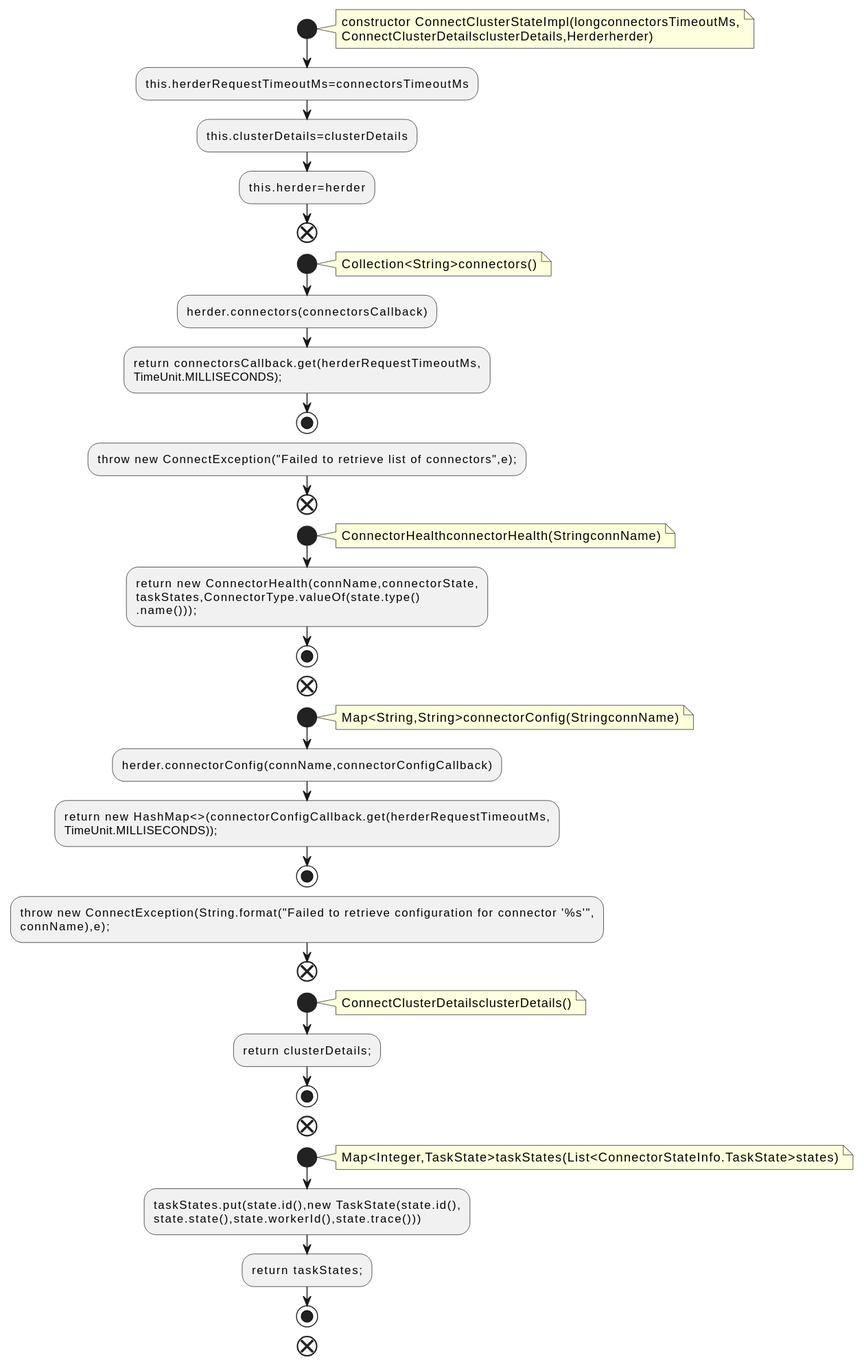
Earlier version of the PlantUML export docs/qc/connect/runtime/src/main/java/org/apache/kafka/connect/runtime/health/ConnectClusterStateImpl.java.fct.svg (qualitesys/kafka).
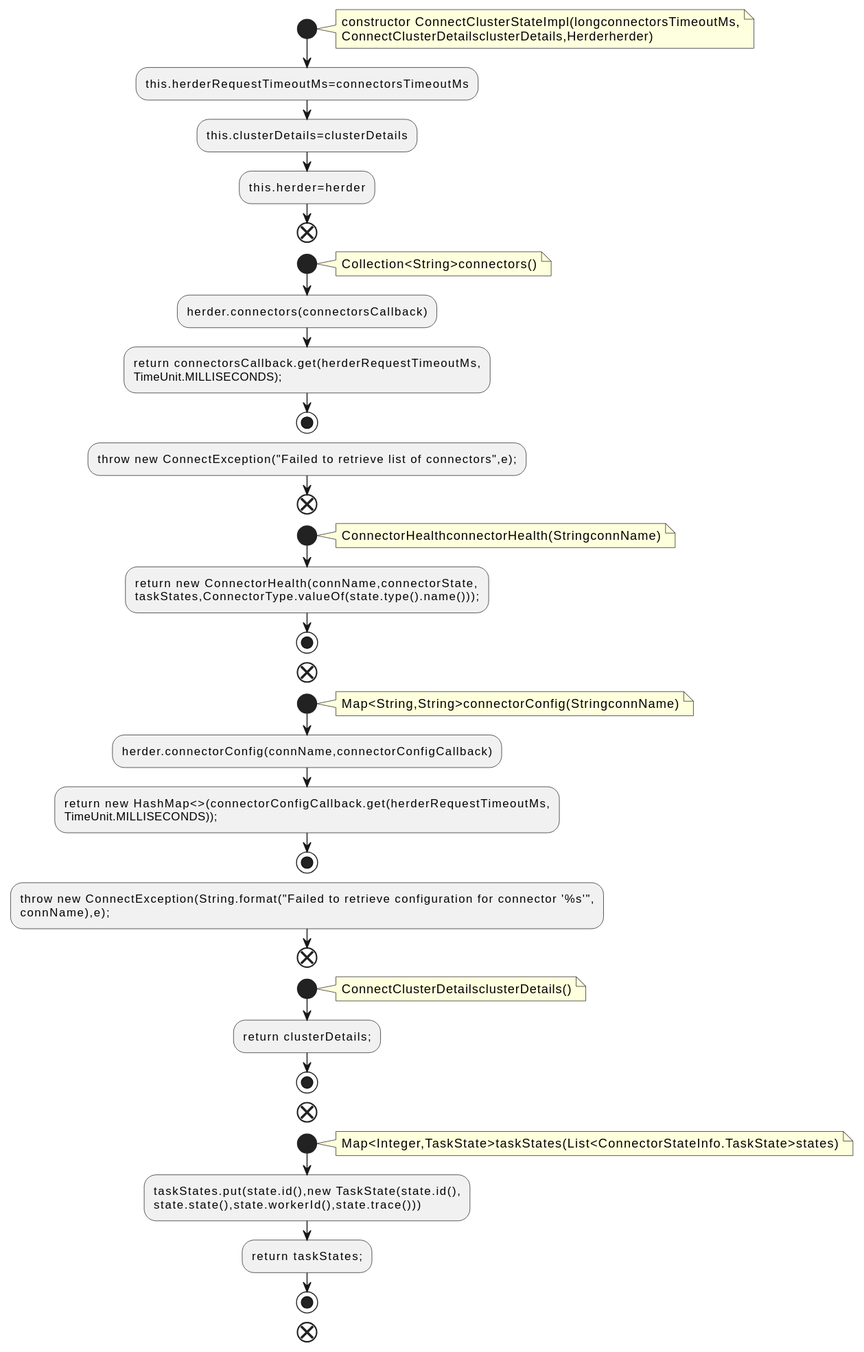
After the commit.

Diff of the diagram source:
```diff
@@ -24,8 +24,7 @@
 ConnectorHealthconnectorHealth(StringconnName)
 end note
 :return new ConnectorHealth(connName,connectorState,
-taskStates,ConnectorType.valueOf(state.type()
-.name()));;
+taskStates,ConnectorType.valueOf(state.type().name()));;
 stop
 end
 start
```
